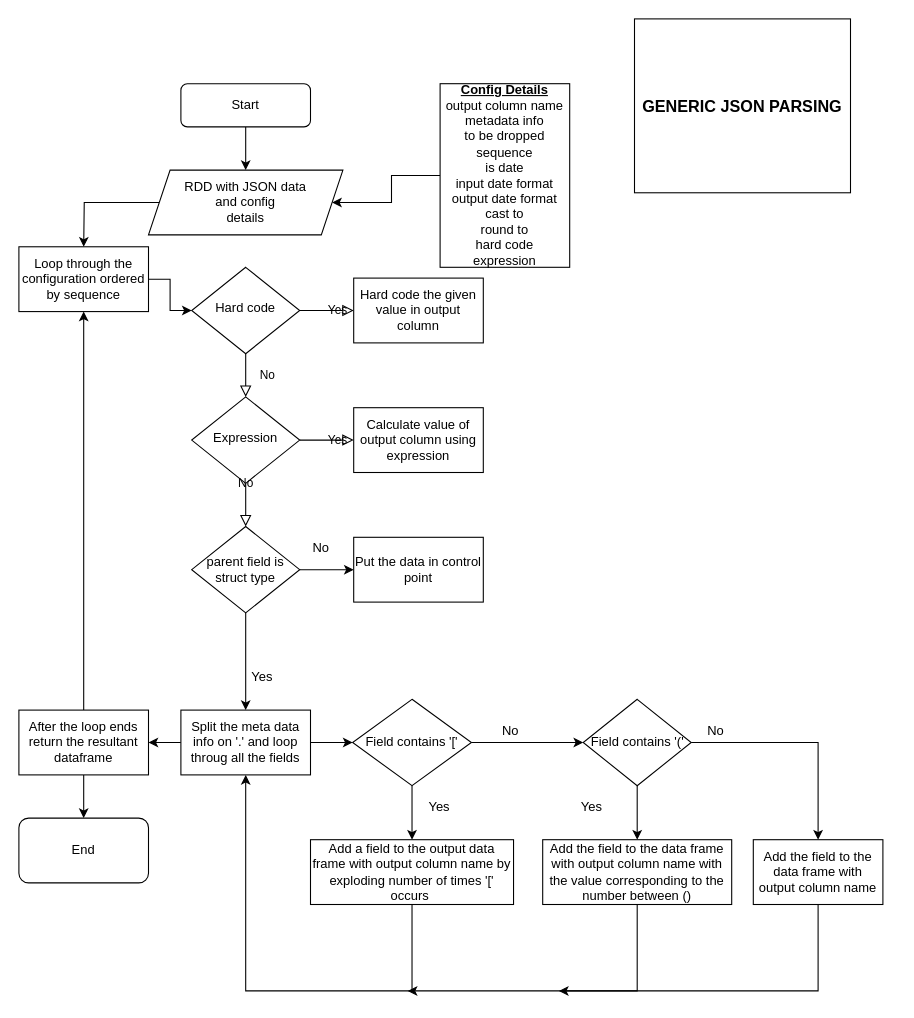
Earlier version of the draw.io diagram page "parsing" (1 of 2) of JSONParsing.drawio (praneethsai83/GenericProcessing). Source tidied: cells renumbered, new cells numbered last; positions are measured from the earlier drawing's top-left corner, leaving out a move shared by most shapes. Both pictures are drawn from the tidied source at 108%, with x=0, y=0 at pixel (18, 18).
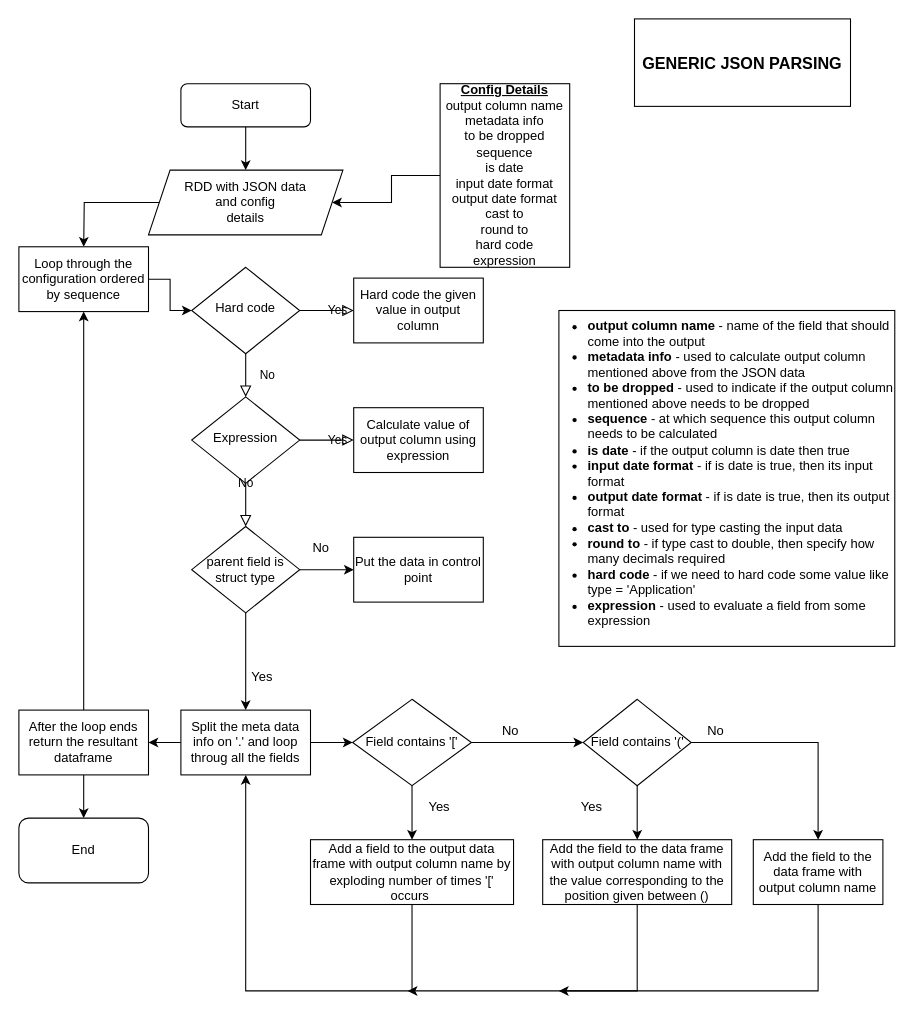
The same page after the edit.

The edit, as a diff of the source:
```diff
@@
+    <mxCell id="48" style="whiteSpace=wrap;html=1;" parent="1" vertex="1">
+      <mxGeometry x="500" y="270" width="311" height="311" as="geometry" />
+    </mxCell>
@@
-    <mxCell id="34" value="&lt;span&gt;Add the field to the data frame with output column name with the value corresponding to the number between ()&lt;/span&gt;" style="whiteSpace=wrap;html=1;" parent="1" vertex="1">
+    <mxCell id="34" value="&lt;span&gt;Add the field to the data frame with output column name with the value corresponding to the position given between ()&lt;/span&gt;" style="whiteSpace=wrap;html=1;" parent="1" vertex="1">
       <mxGeometry x="485" y="760" width="175" height="60" as="geometry" />
     </mxCell>
@@
     <mxCell id="45" value="&lt;b&gt;&lt;font style=&quot;font-size: 15px&quot;&gt;GENERIC JSON PARSING&lt;/font&gt;&lt;/b&gt;" style="whiteSpace=wrap;html=1;" parent="1" vertex="1">
-      <mxGeometry x="570" width="200" height="161" as="geometry" />
+      <mxGeometry x="570" width="200" height="81" as="geometry" />
     </mxCell>
@@
+    <mxCell id="49" value="&lt;ul&gt;&lt;li&gt;&lt;b&gt;output column name&lt;/b&gt; - name of the field that should come into the output&lt;/li&gt;&lt;li&gt;&lt;b&gt;metadata info&lt;/b&gt; - used to calculate output column mentioned above from the JSON data&lt;/li&gt;&lt;li&gt;&lt;b&gt;to be dropped&lt;/b&gt; - used to indicate if the output column mentioned above needs to be dropped&lt;/li&gt;&lt;li&gt;&lt;b&gt;sequence&lt;/b&gt; - at which sequence this output column needs to be calculated&lt;/li&gt;&lt;li&gt;&lt;b&gt;is date&lt;/b&gt; - if the output column is date then true&lt;/li&gt;&lt;li&gt;&lt;b&gt;input date format&lt;/b&gt; - if is date is true, then its input format&lt;/li&gt;&lt;li&gt;&lt;b&gt;output date format&lt;/b&gt; - if is date is true, then its output format&lt;/li&gt;&lt;li&gt;&lt;b&gt;cast to&lt;/b&gt; - used for type casting the input data&lt;/li&gt;&lt;li&gt;&lt;b&gt;round to&lt;/b&gt; - if type cast to double, then specify how many decimals required&lt;/li&gt;&lt;li&gt;&lt;b&gt;hard code&lt;/b&gt; - if we need to hard code some value like type = 'Application'&lt;/li&gt;&lt;li&gt;&lt;b&gt;expression&lt;/b&gt; - used to evaluate a field from some expression&lt;/li&gt;&lt;/ul&gt;" style="text;html=1;strokeColor=none;fillColor=none;align=left;verticalAlign=middle;whiteSpace=wrap;rounded=0;" parent="1" vertex="1">
+      <mxGeometry x="485" y="240" width="325" height="361" as="geometry" />
+    </mxCell>
```
